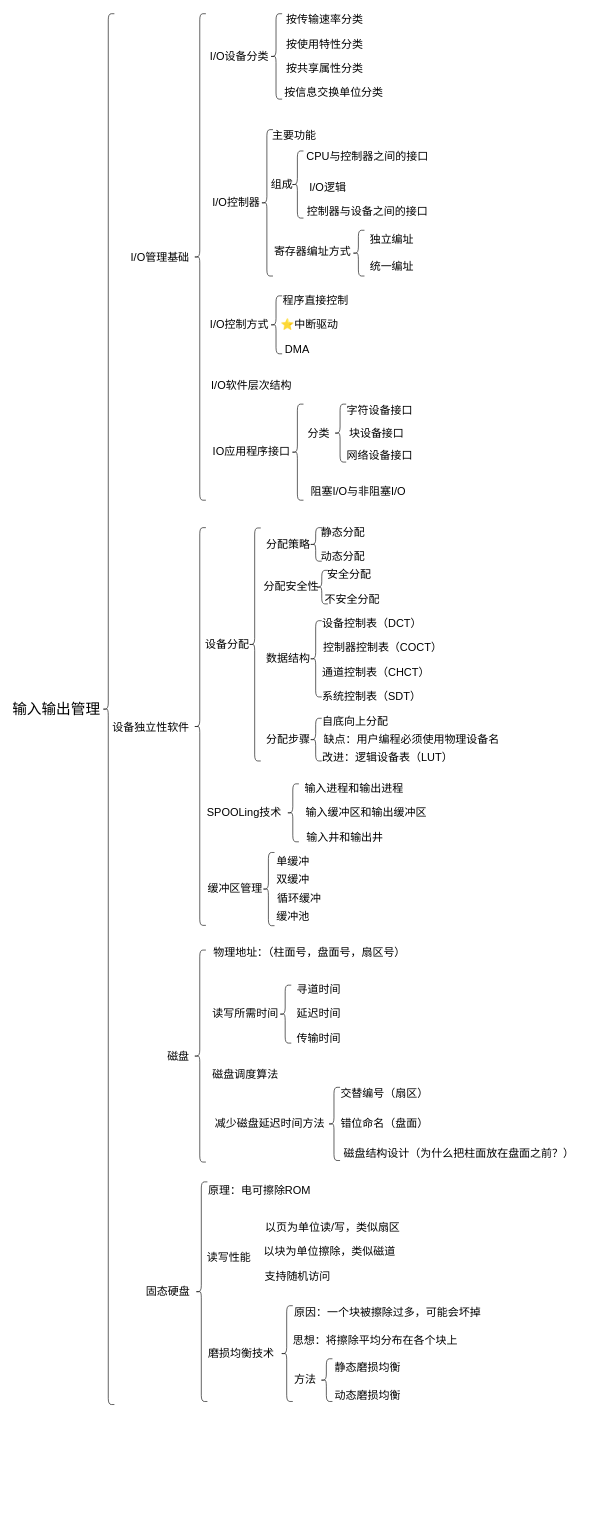
2968392441/draw keeps this draw.io diagram as page "第 5 页" (5 of 5) of 操作系统.drawio. Above is the earlier version. Source tidied: cells renumbered, new cells numbered last; positions are measured from the earlier drawing's top-left corner, leaving out a move shared by most shapes. Both pictures are drawn from the tidied source at 61%, with x=0, y=0 at pixel (10, 10).
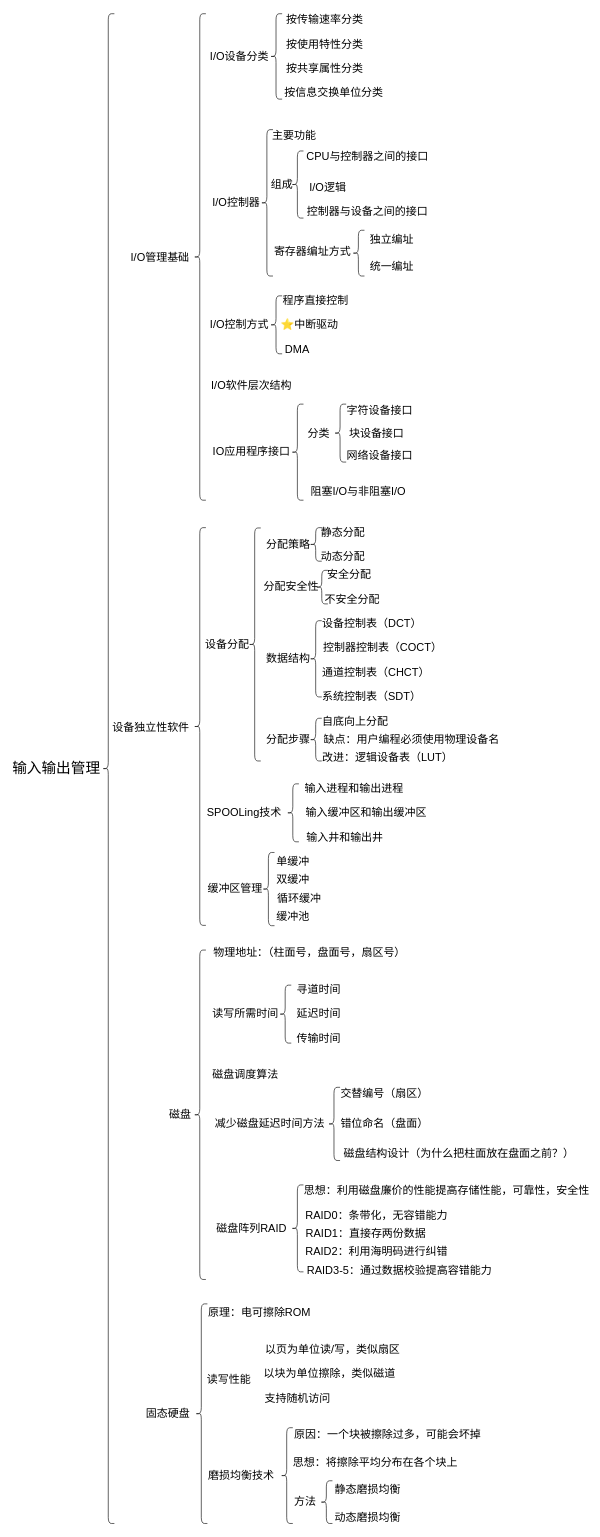
The same diagram, later.

Commit message:
更新操作系统.drawio

The edit, as a diff of the source:
```diff
@@
     <mxCell id="34" value="&lt;span style=&quot;font-size: 18px;&quot;&gt;动态磨损均衡&lt;/span&gt;" style="text;html=1;whiteSpace=wrap;strokeColor=none;fillColor=none;align=center;verticalAlign=middle;rounded=0;" parent="1" vertex="1">
-      <mxGeometry x="527.5" y="2255" width="115" height="30" as="geometry" />
+      <mxGeometry x="527.5" y="2455" width="115" height="30" as="geometry" />
     </mxCell>
     <mxCell id="35" value="&lt;span style=&quot;font-size: 18px;&quot;&gt;静态磨损均衡&lt;/span&gt;" style="text;html=1;whiteSpace=wrap;strokeColor=none;fillColor=none;align=center;verticalAlign=middle;rounded=0;" parent="1" vertex="1">
-      <mxGeometry x="527.5" y="2210" width="115" height="30" as="geometry" />
+      <mxGeometry x="527.5" y="2410" width="115" height="30" as="geometry" />
     </mxCell>
     <mxCell id="36" value="&lt;span style=&quot;font-size: 18px;&quot;&gt;方法&lt;/span&gt;" style="text;html=1;whiteSpace=wrap;strokeColor=none;fillColor=none;align=center;verticalAlign=middle;rounded=0;" parent="1" vertex="1">
-      <mxGeometry x="437.5" y="2230" width="90" height="30" as="geometry" />
+      <mxGeometry x="437.5" y="2430" width="90" height="30" as="geometry" />
     </mxCell>
     <mxCell id="37" value="&lt;span style=&quot;font-size: 18px;&quot;&gt;思想：将擦除平均分布在各个块上&lt;/span&gt;" style="text;html=1;whiteSpace=wrap;strokeColor=none;fillColor=none;align=center;verticalAlign=middle;rounded=0;" parent="1" vertex="1">
-      <mxGeometry x="452.5" y="2165" width="290" height="30" as="geometry" />
+      <mxGeometry x="452.5" y="2365" width="290" height="30" as="geometry" />
     </mxCell>
     <mxCell id="38" value="&lt;span style=&quot;font-size: 18px;&quot;&gt;原因：一个块被擦除过多，可能会坏掉&lt;/span&gt;" style="text;html=1;whiteSpace=wrap;strokeColor=none;fillColor=none;align=center;verticalAlign=middle;rounded=0;" parent="1" vertex="1">
-      <mxGeometry x="447.5" y="2120" width="340" height="30" as="geometry" />
+      <mxGeometry x="447.5" y="2320" width="340" height="30" as="geometry" />
     </mxCell>
     <mxCell id="39" value="&lt;span style=&quot;font-size: 18px;&quot;&gt;磨损均衡技术&lt;/span&gt;" style="text;html=1;whiteSpace=wrap;strokeColor=none;fillColor=none;align=center;verticalAlign=middle;rounded=0;" parent="1" vertex="1">
-      <mxGeometry x="322.5" y="2186.5" width="110" height="30" as="geometry" />
+      <mxGeometry x="322.5" y="2386.5" width="110" height="30" as="geometry" />
     </mxCell>
     <mxCell id="40" value="&lt;span style=&quot;font-size: 18px;&quot;&gt;支持随机访问&lt;/span&gt;" style="text;html=1;whiteSpace=wrap;strokeColor=none;fillColor=none;align=center;verticalAlign=middle;rounded=0;" parent="1" vertex="1">
-      <mxGeometry x="412.5" y="2060" width="115" height="30" as="geometry" />
+      <mxGeometry x="412.5" y="2260" width="115" height="30" as="geometry" />
     </mxCell>
     <mxCell id="41" value="&lt;span style=&quot;font-size: 18px;&quot;&gt;以块为单位擦除，类似磁道&lt;/span&gt;" style="text;html=1;whiteSpace=wrap;strokeColor=none;fillColor=none;align=center;verticalAlign=middle;rounded=0;" parent="1" vertex="1">
-      <mxGeometry x="412.5" y="2020" width="220" height="30" as="geometry" />
+      <mxGeometry x="412.5" y="2220" width="220" height="30" as="geometry" />
     </mxCell>
     <mxCell id="42" value="&lt;span style=&quot;font-size: 18px;&quot;&gt;以页为单位读/写，类似扇区&lt;/span&gt;" style="text;html=1;whiteSpace=wrap;strokeColor=none;fillColor=none;align=center;verticalAlign=middle;rounded=0;" parent="1" vertex="1">
-      <mxGeometry x="412.5" y="1980" width="230" height="30" as="geometry" />
+      <mxGeometry x="412.5" y="2180" width="230" height="30" as="geometry" />
     </mxCell>
     <mxCell id="43" value="&lt;span style=&quot;font-size: 18px;&quot;&gt;读写性能&lt;/span&gt;" style="text;html=1;whiteSpace=wrap;strokeColor=none;fillColor=none;align=center;verticalAlign=middle;rounded=0;" parent="1" vertex="1">
-      <mxGeometry x="312.5" y="2030" width="90" height="30" as="geometry" />
+      <mxGeometry x="312.5" y="2230" width="90" height="30" as="geometry" />
     </mxCell>
     <mxCell id="44" value="&lt;span style=&quot;font-size: 18px;&quot;&gt;原理：电可擦除ROM&lt;/span&gt;" style="text;html=1;whiteSpace=wrap;strokeColor=none;fillColor=none;align=center;verticalAlign=middle;rounded=0;" parent="1" vertex="1">
-      <mxGeometry x="312.5" y="1920" width="190" height="30" as="geometry" />
+      <mxGeometry x="312.5" y="2120" width="190" height="30" as="geometry" />
     </mxCell>
     <mxCell id="45" value="&lt;span style=&quot;font-size: 18px;&quot;&gt;固态硬盘&lt;/span&gt;" style="text;html=1;whiteSpace=wrap;strokeColor=none;fillColor=none;align=center;verticalAlign=middle;rounded=0;" parent="1" vertex="1">
-      <mxGeometry x="212.5" y="2085" width="90" height="30" as="geometry" />
+      <mxGeometry x="212.5" y="2285" width="90" height="30" as="geometry" />
     </mxCell>
@@
     <mxCell id="56" value="&lt;span style=&quot;font-size: 18px;&quot;&gt;磁盘&lt;/span&gt;" style="text;html=1;whiteSpace=wrap;strokeColor=none;fillColor=none;align=center;verticalAlign=middle;rounded=0;" parent="1" vertex="1">
-      <mxGeometry x="230" y="1700" width="90" height="30" as="geometry" />
+      <mxGeometry x="232.5" y="1795" width="90" height="30" as="geometry" />
     </mxCell>
@@
     <mxCell id="95" style="shape=curlyBracket;whiteSpace=wrap;html=1;rounded=1;labelPosition=left;verticalLabelPosition=middle;align=right;verticalAlign=middle;" parent="1" vertex="1">
-      <mxGeometry x="300" y="1540" width="20" height="347.5" as="geometry" />
+      <mxGeometry x="300" y="1540" width="20" height="540" as="geometry" />
     </mxCell>
     <mxCell id="96" style="shape=curlyBracket;whiteSpace=wrap;html=1;rounded=1;labelPosition=left;verticalLabelPosition=middle;align=right;verticalAlign=middle;" parent="1" vertex="1">
-      <mxGeometry x="507.5" y="2210" width="20" height="70" as="geometry" />
+      <mxGeometry x="507.5" y="2410" width="20" height="70" as="geometry" />
     </mxCell>
     <mxCell id="97" style="shape=curlyBracket;whiteSpace=wrap;html=1;rounded=1;labelPosition=left;verticalLabelPosition=middle;align=right;verticalAlign=middle;" parent="1" vertex="1">
-      <mxGeometry x="442.5" y="2123" width="20" height="157" as="geometry" />
+      <mxGeometry x="442.5" y="2323" width="20" height="157" as="geometry" />
     </mxCell>
     <mxCell id="98" style="shape=curlyBracket;whiteSpace=wrap;html=1;rounded=1;labelPosition=left;verticalLabelPosition=middle;align=right;verticalAlign=middle;" parent="1" vertex="1">
-      <mxGeometry x="302.5" y="1920" width="20" height="360" as="geometry" />
+      <mxGeometry x="302.5" y="2120" width="20" height="360" as="geometry" />
     </mxCell>
     <mxCell id="99" style="shape=curlyBracket;whiteSpace=wrap;html=1;rounded=1;labelPosition=left;verticalLabelPosition=middle;align=right;verticalAlign=middle;" parent="1" vertex="1">
-      <mxGeometry x="150" y="5" width="20" height="2280" as="geometry" />
+      <mxGeometry x="150" y="5" width="20" height="2475" as="geometry" />
     </mxCell>
     <mxCell id="100" value="&lt;font style=&quot;font-size: 24px;&quot;&gt;输入输出管理&lt;/font&gt;" style="text;html=1;whiteSpace=wrap;strokeColor=none;fillColor=none;align=center;verticalAlign=middle;rounded=0;" parent="1" vertex="1">
-      <mxGeometry y="1130" width="150" height="30" as="geometry" />
+      <mxGeometry y="1227.5" width="150" height="30" as="geometry" />
     </mxCell>
+    <mxCell id="101" value="&lt;span style=&quot;font-size: 18px;&quot;&gt;磁盘阵列RAID&lt;/span&gt;" style="text;html=1;whiteSpace=wrap;strokeColor=none;fillColor=none;align=center;verticalAlign=middle;rounded=0;" parent="1" vertex="1">
+      <mxGeometry x="330" y="1981.2" width="130" height="30" as="geometry" />
+    </mxCell>
+    <mxCell id="102" value="&lt;span style=&quot;font-size: 18px;&quot;&gt;思想：利用磁盘廉价的性能提高存储性能，可靠性，安全性&lt;/span&gt;" style="text;html=1;whiteSpace=wrap;strokeColor=none;fillColor=none;align=center;verticalAlign=middle;rounded=0;" parent="1" vertex="1">
+      <mxGeometry x="480" y="1920" width="470" height="30" as="geometry" />
+    </mxCell>
+    <mxCell id="103" value="&lt;span style=&quot;font-size: 18px;&quot;&gt;RAID0：条带化，无容错能力&lt;/span&gt;" style="text;html=1;whiteSpace=wrap;strokeColor=none;fillColor=none;align=center;verticalAlign=middle;rounded=0;" parent="1" vertex="1">
+      <mxGeometry x="470" y="1960" width="260" height="30" as="geometry" />
+    </mxCell>
+    <mxCell id="104" value="&lt;span style=&quot;font-size: 18px;&quot;&gt;RAID1：直接存两份数据&lt;/span&gt;" style="text;html=1;whiteSpace=wrap;strokeColor=none;fillColor=none;align=center;verticalAlign=middle;rounded=0;" parent="1" vertex="1">
+      <mxGeometry x="450" y="1990" width="265" height="30" as="geometry" />
+    </mxCell>
+    <mxCell id="105" value="&lt;span style=&quot;font-size: 18px;&quot;&gt;RAID2：利用海明码进行纠错&lt;/span&gt;" style="text;html=1;whiteSpace=wrap;strokeColor=none;fillColor=none;align=center;verticalAlign=middle;rounded=0;" parent="1" vertex="1">
+      <mxGeometry x="470" y="2020" width="260" height="30" as="geometry" />
+    </mxCell>
+    <mxCell id="106" value="&lt;span style=&quot;font-size: 18px;&quot;&gt;RAID3-5：通过数据校验提高容错能力&lt;/span&gt;" style="text;html=1;whiteSpace=wrap;strokeColor=none;fillColor=none;align=center;verticalAlign=middle;rounded=0;" parent="1" vertex="1">
+      <mxGeometry x="480" y="2050" width="315" height="30" as="geometry" />
+    </mxCell>
+    <mxCell id="107" style="shape=curlyBracket;whiteSpace=wrap;html=1;rounded=1;labelPosition=left;verticalLabelPosition=middle;align=right;verticalAlign=middle;" parent="1" vertex="1">
+      <mxGeometry x="460" y="1925" width="20" height="142.5" as="geometry" />
+    </mxCell>
```
